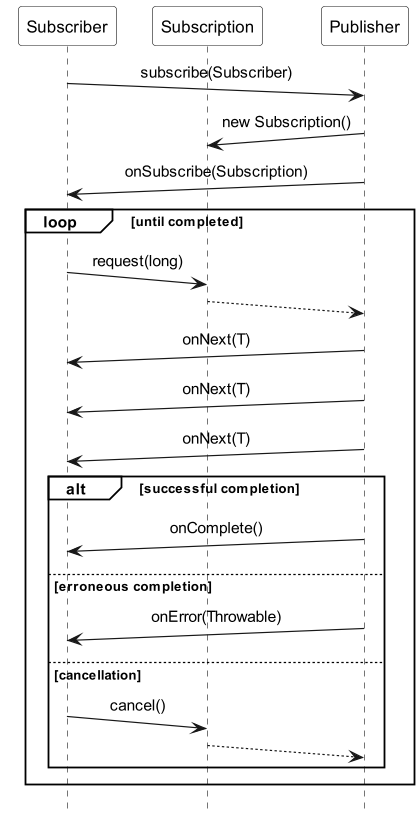
Earlier version of the PlantUML export images/Reactive_Streams_workflow.png (ti-cortex-m4/demo-java-reactive-streams-old).
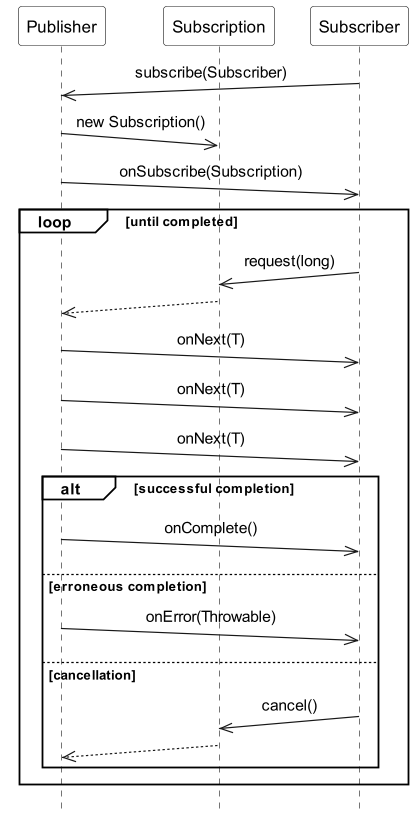
Above is the later version.

The edit, as a diff of the source:
```diff
@@ -1,30 +1,30 @@
 @startuml
-!include sequence_header.iuml
+!include sequence_diagram_header.iuml
 
 skinparam participantPadding 10
 
+participant Publisher
+participant Subscription
 participant Subscriber
-participant Subscription
-participant Publisher
 
-Subscriber ->(10) Publisher : subscribe(Subscriber)
-Publisher ->(10) Subscription : new Subscription()
-Publisher ->(10) Subscriber : onSubscribe(Subscription)
+Subscriber ->>(10) Publisher : subscribe(Subscriber)
+Publisher ->>(10) Subscription : new Subscription()
+Publisher ->>(10) Subscriber : onSubscribe(Subscription)
 
 loop until completed
-    Subscriber ->(10) Subscription : request(long)
-    Subscription -->(10) Publisher
-    Publisher ->(10) Subscriber : onNext(T)
-    Publisher ->(10) Subscriber : onNext(T)
-    Publisher ->(10) Subscriber : onNext(T)
+    Subscriber ->>(10) Subscription : request(long)
+    Subscription -->>(10) Publisher
+    Publisher ->>(10) Subscriber : onNext(T)
+    Publisher ->>(10) Subscriber : onNext(T)
+    Publisher ->>(10) Subscriber : onNext(T)
 
     alt successful completion
-        Publisher ->(10) Subscriber : onComplete()
+        Publisher ->>(10) Subscriber : onComplete()
     else erroneous completion
-        Publisher ->(10) Subscriber : onError(Throwable)
+        Publisher ->>(10) Subscriber : onError(Throwable)
     else cancellation
-        Subscriber ->(10) Subscription : cancel()
-        Subscription -->(10) Publisher
+        Subscriber ->>(10) Subscription : cancel()
+        Subscription -->>(10) Publisher
     end
 end
 
```
